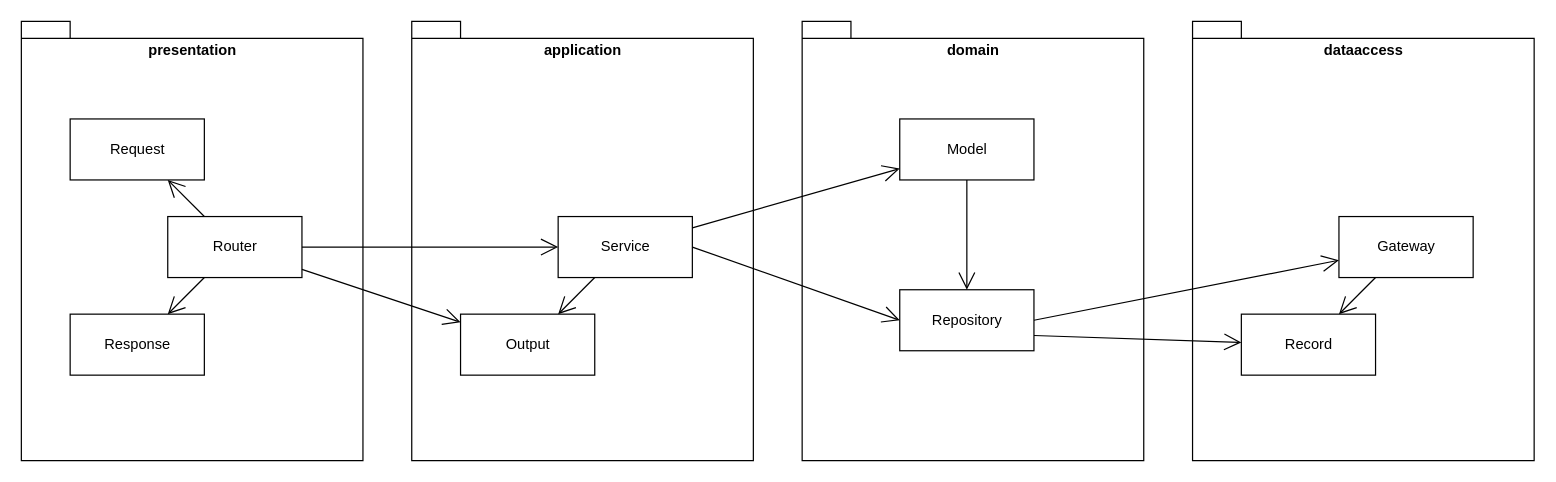
Before: docs/architecture.drawio in bamboo-house/typescript-architecture, a draw.io diagram. Source tidied: cells renumbered, new cells numbered last; positions are measured from the earlier drawing's top-left corner, leaving out a move shared by most shapes. Both pictures are drawn from the tidied source at 122%, with x=0, y=0 at pixel (21, 21).
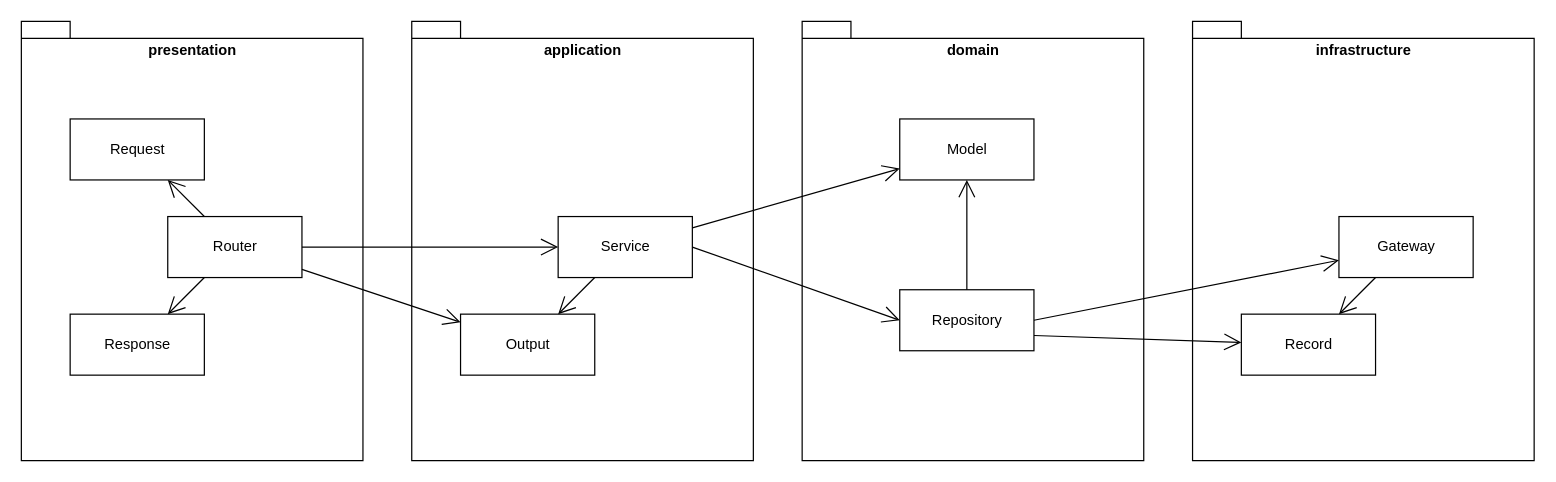
After the change.

The change refers to these unchanged cells:
```xml
<mxCell id="21" value="Model" style="html=1;" parent="1" vertex="1">
  <mxGeometry x="720" y="80" width="110" height="50" as="geometry" />
</mxCell>
<mxCell id="23" value="Repository" style="html=1;" parent="1" vertex="1">
  <mxGeometry x="720" y="220" width="110" height="50" as="geometry" />
</mxCell>
```

Change to the diagram source:
```diff
@@
-    <mxCell id="5" value="dataaccess" style="shape=folder;fontStyle=1;spacingTop=10;tabWidth=40;tabHeight=14;tabPosition=left;html=1;verticalAlign=top;fillColor=none;" parent="1" vertex="1">
+    <mxCell id="5" value="infrastructure" style="shape=folder;fontStyle=1;spacingTop=10;tabWidth=40;tabHeight=14;tabPosition=left;html=1;verticalAlign=top;fillColor=none;" parent="1" vertex="1">
       <mxGeometry x="960" width="280" height="360" as="geometry" />
     </mxCell>
@@
-    <mxCell id="25" style="endArrow=open;endFill=1;endSize=12;html=1;exitX=0.5;exitY=1;exitDx=0;exitDy=0;entryX=0.5;entryY=0;entryDx=0;entryDy=0;" parent="1" edge="1" source="21" target="23">
+    <mxCell id="25" style="endArrow=open;endFill=1;endSize=12;html=1;exitX=0.5;exitY=0;exitDx=0;exitDy=0;" parent="1" edge="1" source="23" target="21">
       <mxGeometry relative="1" as="geometry" />
     </mxCell>
```
